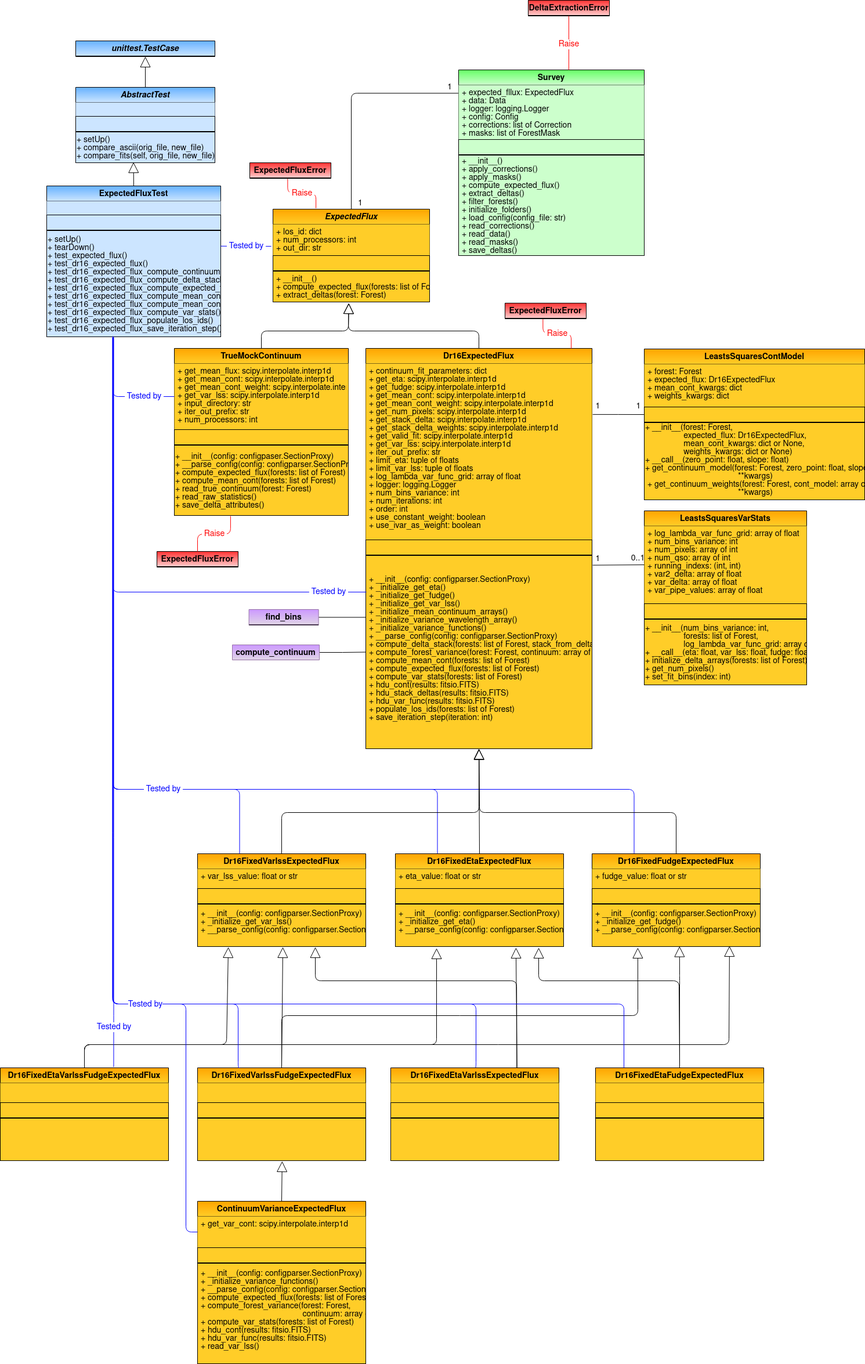
igmhub/picca keeps this draw.io diagram as docs/delta_extraction/data_model/data_model-ExpectedFlux.png. Above is the earlier version. Source tidied: cells renumbered, new cells last; positions are measured from the earlier drawing's top-left corner, leaving out a move shared by most shapes.
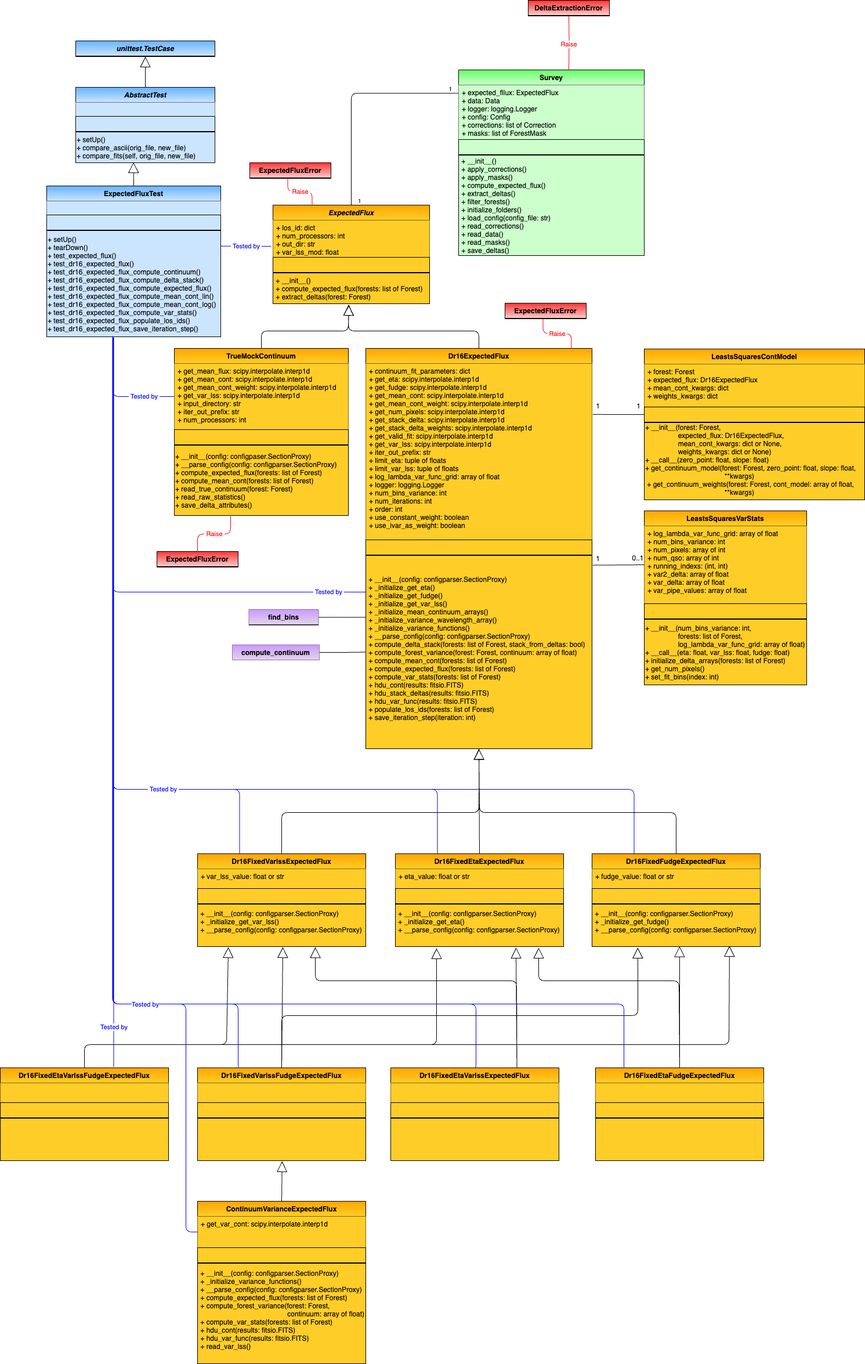
The same diagram one commit later.

Commit message:
updated data model

What changed in the source:
```diff
@@ -57,19 +57,19 @@
       <mxGeometry y="147" width="320" height="173" as="geometry" />
     </mxCell>
     <mxCell id="14" value="ExpectedFlux" style="swimlane;fontStyle=3;horizontal=1;startSize=26;fillColor=#ffcd28;swimlaneFillColor=#ffffff;rounded=0;shadow=0;glass=0;comic=0;strokeColor=#000000;gradientColor=#ffa500;swimlaneLine=1;gradientDirection=north;" parent="1" vertex="1">
-      <mxGeometry x="470" y="360" width="270" height="160" as="geometry" />
+      <mxGeometry x="470" y="353" width="270" height="170" as="geometry" />
     </mxCell>
-    <mxCell id="15" value="+ los_id: dict&#10;+ num_processors: int&#10;+ out_dir: str" style="text;strokeColor=none;fillColor=#ffcd28;align=left;verticalAlign=top;spacingLeft=4;spacingRight=4;overflow=hidden;points=[[0,0.5],[1,0.5]];portConstraint=eastwest;gradientColor=none;" parent="14" vertex="1">
-      <mxGeometry y="26" width="270" height="54" as="geometry" />
+    <mxCell id="15" value="+ los_id: dict&#10;+ num_processors: int&#10;+ out_dir: str&#10;+ var_lss_mod: float" style="text;strokeColor=none;fillColor=#ffcd28;align=left;verticalAlign=top;spacingLeft=4;spacingRight=4;overflow=hidden;points=[[0,0.5],[1,0.5]];portConstraint=eastwest;gradientColor=none;" parent="14" vertex="1">
+      <mxGeometry y="26" width="270" height="64" as="geometry" />
     </mxCell>
     <mxCell id="16" style="text;strokeColor=#000000;fillColor=#ffcd28;align=left;verticalAlign=middle;overflow=hidden;rounded=0;shadow=0;glass=0;comic=0;fontStyle=0;gradientColor=none;swimlaneFillColor=#ffffff;gradientDirection=north;startSize=26;" parent="14" vertex="1">
-      <mxGeometry y="80" width="270" height="26" as="geometry" />
+      <mxGeometry y="90" width="270" height="26" as="geometry" />
     </mxCell>
     <mxCell id="17" style="line;strokeWidth=1;fillColor=none;align=left;verticalAlign=middle;spacingTop=-1;spacingLeft=3;spacingRight=3;labelPosition=right;rounded=0;shadow=0;glass=0;comic=0;" parent="14" vertex="1">
-      <mxGeometry y="106" width="270" height="1" as="geometry" />
+      <mxGeometry y="116" width="270" height="1" as="geometry" />
     </mxCell>
     <mxCell id="18" value=" + __init__()&#10; + compute_expected_flux(forests: list of Forest)&#10; + extract_deltas(forest: Forest)" style="text;strokeColor=#000000;fillColor=#ffcd28;align=left;verticalAlign=middle;overflow=hidden;points=[[0,0.5],[1,0.5]];portConstraint=eastwest;rounded=0;shadow=0;glass=0;comic=0;fontStyle=0;gradientColor=none;swimlaneFillColor=#ffffff;gradientDirection=north;startSize=26;" parent="14" vertex="1">
-      <mxGeometry y="107" width="270" height="53" as="geometry" />
+      <mxGeometry y="117" width="270" height="53" as="geometry" />
     </mxCell>
     <mxCell id="19" value="ExpectedFluxTest" style="swimlane;fontStyle=1;horizontal=1;startSize=26;swimlaneFillColor=#ffffff;rounded=0;shadow=0;glass=0;comic=0;strokeColor=#000000;swimlaneLine=1;gradientDirection=north;gradientColor=#66B2FF;fillColor=#CCE5FF;" parent="1" vertex="1">
       <mxGeometry x="80" y="320" width="300" height="260" as="geometry" />
@@ -219,10 +219,8 @@
     <mxCell id="58" style="line;strokeWidth=1;fillColor=none;align=left;verticalAlign=middle;spacingTop=-1;spacingLeft=3;spacingRight=3;labelPosition=right;points=[];portConstraint=eastwest;rounded=0;shadow=0;glass=0;comic=0;" parent="57" vertex="1">
       <mxGeometry y="26" width="140" height="1" as="geometry" />
     </mxCell>
-    <mxCell id="59" value="&amp;nbsp;Raise&amp;nbsp;" style="endArrow=none;html=1;edgeStyle=orthogonalEdgeStyle;entryX=0.467;entryY=1.667;entryDx=0;entryDy=0;entryPerimeter=0;exitX=0.908;exitY=-0.003;exitDx=0;exitDy=0;strokeColor=#FF0000;fontColor=#FF0000;exitPerimeter=0;" parent="1" edge="1" target="58">
-      <mxGeometry relative="1" as="geometry">
-        <mxPoint x="544.1" y="358.4" as="sourcePoint" />
-      </mxGeometry>
+    <mxCell id="59" value="&amp;nbsp;Raise&amp;nbsp;" style="endArrow=none;html=1;edgeStyle=orthogonalEdgeStyle;entryX=0.467;entryY=1.667;entryDx=0;entryDy=0;entryPerimeter=0;strokeColor=#FF0000;fontColor=#FF0000;exitX=0.25;exitY=0;exitDx=0;exitDy=0;" parent="1" edge="1" source="14" target="58">
+      <mxGeometry relative="1" as="geometry" />
     </mxCell>
     <mxCell id="60" style="html=1;align=left;verticalAlign=bottom;labelBackgroundColor=#ffffff;fontSize=10;" parent="59" vertex="1">
       <mxGeometry x="-1" relative="1" as="geometry">
```
